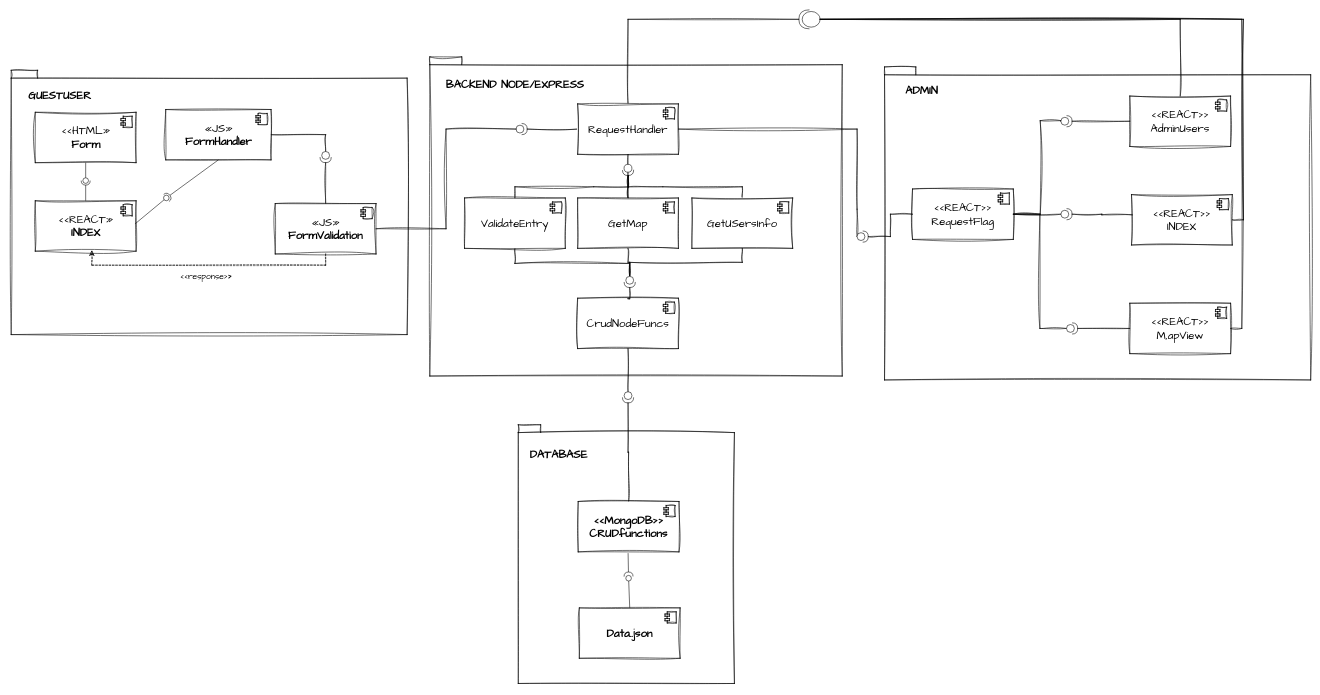
Earlier version of the draw.io diagram Diagramas/componentes.drawio (MrRevillod/SmartParking). Source tidied: cells renumbered, new cells numbered last; positions are measured from the earlier drawing's top-left corner, leaving out a move shared by most shapes. Both pictures are drawn from the tidied source at 56%, with x=0, y=0 at pixel (11, 10).
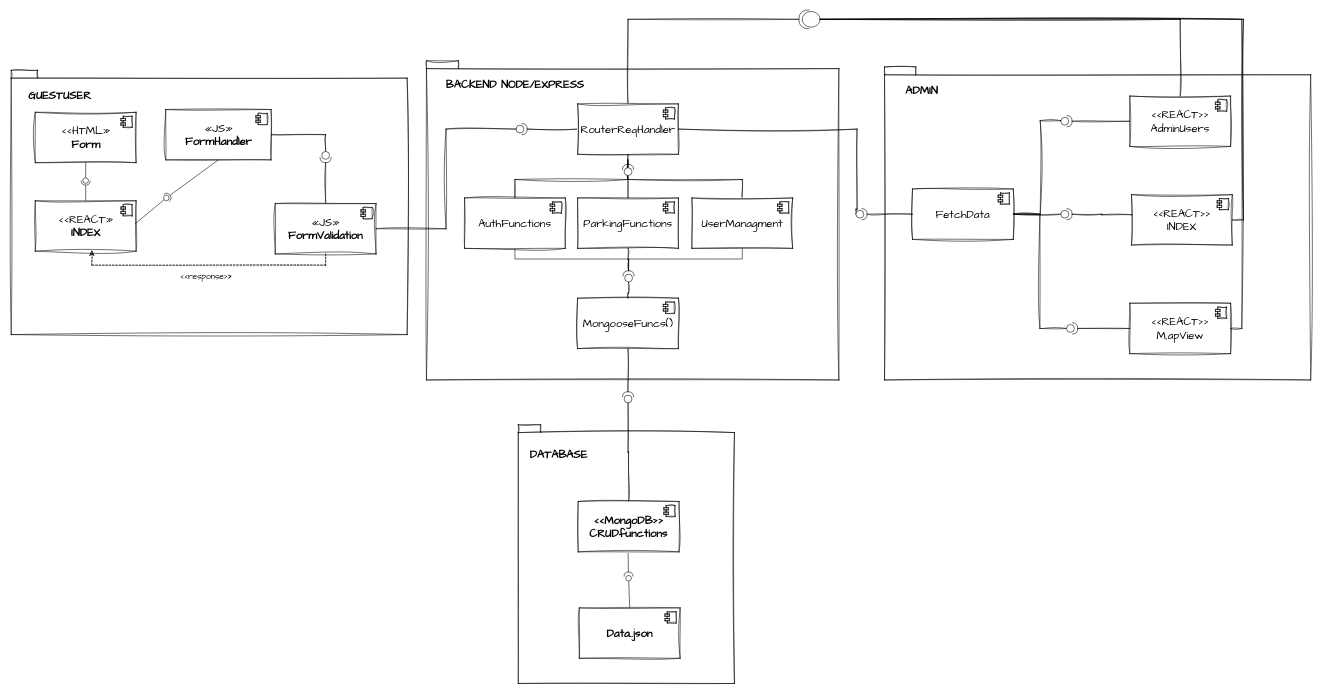
After the change.

Unchanged cells that the change refers to:
```xml
<mxCell id="14" value="&lt;b&gt;&amp;lt;&amp;lt;MongoDB&amp;gt;&amp;gt;&lt;br&gt;CRUDfunctions&lt;br&gt;&lt;/b&gt;" style="html=1;whiteSpace=wrap;sketch=1;hachureGap=4;jiggle=2;curveFitting=1;fontFamily=Architects Daughter;fontSize=20;" parent="1" vertex="1">
  <mxGeometry x="1013" y="878" width="180" height="90" as="geometry" />
</mxCell>
<mxCell id="40" style="group;" parent="1" vertex="1">
  <mxGeometry x="1560" y="102" width="761" height="559" as="geometry" />
</mxCell>
```

Change to the diagram source:
```diff
@@
     <mxCell id="2" value="|" style="shape=folder;fontStyle=1;spacingTop=10;tabWidth=40;tabHeight=14;tabPosition=left;sketch=1;hachureGap=4;jiggle=2;curveFitting=1;fontFamily=Architects Daughter;fontSize=20;align=left;fontColor=none;labelPosition=center;verticalLabelPosition=top;verticalAlign=middle;textDirection=ltr;horizontal=1;noLabel=1;" parent="1" vertex="1">
-      <mxGeometry x="748" y="84" width="736.5" height="570" as="geometry" />
+      <mxGeometry x="742" y="91" width="736.5" height="570" as="geometry" />
     </mxCell>
@@
-    <mxCell id="6" value="RequestHandler" style="html=1;whiteSpace=wrap;sketch=1;hachureGap=4;jiggle=2;curveFitting=1;fontFamily=Architects Daughter;fontSize=20;" parent="1" vertex="1">
+    <mxCell id="6" value="RouterReqHandler" style="html=1;whiteSpace=wrap;sketch=1;hachureGap=4;jiggle=2;curveFitting=1;fontFamily=Architects Daughter;fontSize=20;" parent="1" vertex="1">
       <mxGeometry x="1012" y="168" width="180" height="90" as="geometry" />
     </mxCell>
@@
-    <mxCell id="13" style="edgeStyle=orthogonalEdgeStyle;rounded=0;sketch=1;hachureGap=4;jiggle=2;curveFitting=1;jettySize=auto;html=1;entryX=1;entryY=0.5;entryDx=0;entryDy=0;entryPerimeter=0;fontFamily=Architects Daughter;fontSize=16;endArrow=none;endFill=0;" parent="1" edge="1" source="14" target="65">
+    <mxCell id="13" style="edgeStyle=orthogonalEdgeStyle;rounded=0;sketch=1;hachureGap=4;jiggle=2;curveFitting=1;jettySize=auto;html=1;entryX=0;entryY=0.5;entryDx=0;entryDy=0;entryPerimeter=0;fontFamily=Architects Daughter;fontSize=16;endArrow=none;endFill=0;" parent="1" edge="1" source="14" target="65">
       <mxGeometry relative="1" as="geometry" />
     </mxCell>
@@
-    <mxCell id="44" value="&amp;lt;&amp;lt;REACT&amp;gt;&amp;gt;&lt;br&gt;RequestFlag" style="html=1;whiteSpace=wrap;sketch=1;hachureGap=4;jiggle=2;curveFitting=1;fontFamily=Architects Daughter;fontSize=20;" parent="40" vertex="1">
+    <mxCell id="44" value="FetchData" style="html=1;whiteSpace=wrap;sketch=1;hachureGap=4;jiggle=2;curveFitting=1;fontFamily=Architects Daughter;fontSize=20;" parent="40" vertex="1">
       <mxGeometry x="50" y="218" width="180" height="90" as="geometry" />
     </mxCell>
@@
-    <mxCell id="62" value="CrudNodeFuncs" style="html=1;whiteSpace=wrap;sketch=1;hachureGap=4;jiggle=2;curveFitting=1;fontFamily=Architects Daughter;fontSize=20;" parent="1" vertex="1">
+    <mxCell id="62" value="MongooseFuncs()" style="html=1;whiteSpace=wrap;sketch=1;hachureGap=4;jiggle=2;curveFitting=1;fontFamily=Architects Daughter;fontSize=20;" parent="1" vertex="1">
       <mxGeometry x="1012" y="515" width="180" height="90" as="geometry" />
     </mxCell>
@@
-    <mxCell id="65" style="shape=providedRequiredInterface;html=1;verticalLabelPosition=bottom;sketch=0;hachureGap=4;jiggle=2;curveFitting=1;fontFamily=Architects Daughter;fontSize=20;rotation=90;" parent="1" vertex="1">
+    <mxCell id="65" style="shape=providedRequiredInterface;html=1;verticalLabelPosition=bottom;sketch=0;hachureGap=4;jiggle=2;curveFitting=1;fontFamily=Architects Daughter;fontSize=20;rotation=-90;" parent="1" vertex="1">
       <mxGeometry x="1092" y="682" width="20" height="20" as="geometry" />
     </mxCell>
@@
     <mxCell id="70" style="shape=providedRequiredInterface;html=1;verticalLabelPosition=bottom;sketch=0;hachureGap=4;jiggle=2;curveFitting=1;fontFamily=Architects Daughter;fontSize=16;fontColor=default;" parent="1" vertex="1">
-      <mxGeometry x="1511" y="395" width="20" height="20" as="geometry" />
+      <mxGeometry x="1509" y="355" width="20" height="20" as="geometry" />
     </mxCell>
     <mxCell id="71" style="edgeStyle=orthogonalEdgeStyle;shape=connector;rounded=0;sketch=1;hachureGap=4;jiggle=2;curveFitting=1;jettySize=auto;html=1;entryX=1;entryY=0.5;entryDx=0;entryDy=0;entryPerimeter=0;labelBackgroundColor=default;strokeColor=default;fontFamily=Architects Daughter;fontSize=16;fontColor=default;endArrow=none;endFill=0;exitX=0.5;exitY=0;exitDx=0;exitDy=0;" parent="1" edge="1" source="73" target="83">
-      <mxGeometry relative="1" as="geometry" />
+      <mxGeometry relative="1" as="geometry">
+        <Array as="points">
+          <mxPoint x="900" y="303" />
+          <mxPoint x="1102" y="303" />
+        </Array>
+      </mxGeometry>
     </mxCell>
-    <mxCell id="72" style="edgeStyle=orthogonalEdgeStyle;shape=connector;rounded=0;sketch=1;hachureGap=4;jiggle=2;curveFitting=1;jettySize=auto;html=1;labelBackgroundColor=default;strokeColor=default;fontFamily=Architects Daughter;fontSize=16;fontColor=default;endArrow=none;endFill=0;exitX=0.5;exitY=1;exitDx=0;exitDy=0;entryX=0;entryY=0.5;entryDx=0;entryDy=0;entryPerimeter=0;" parent="1" edge="1" source="73" target="85">
+    <mxCell id="72" style="edgeStyle=orthogonalEdgeStyle;rounded=0;jettySize=auto;html=1;entryX=1;entryY=0.5;entryDx=0;entryDy=0;entryPerimeter=0;exitX=0.5;exitY=1;exitDx=0;exitDy=0;endArrow=none;endFill=0;" parent="1" edge="1" source="73" target="85">
       <mxGeometry relative="1" as="geometry">
         <Array as="points">
-          <mxPoint x="900" y="453" />
-          <mxPoint x="1105" y="453" />
+          <mxPoint x="900" y="445" />
+          <mxPoint x="1103" y="445" />
         </Array>
       </mxGeometry>
     </mxCell>
-    <mxCell id="73" value="ValidateEntry" style="html=1;whiteSpace=wrap;sketch=1;hachureGap=4;jiggle=2;curveFitting=1;fontFamily=Architects Daughter;fontSize=20;" parent="1" vertex="1">
+    <mxCell id="73" value="AuthFunctions" style="html=1;whiteSpace=wrap;sketch=1;hachureGap=4;jiggle=2;curveFitting=1;fontFamily=Architects Daughter;fontSize=20;" parent="1" vertex="1">
       <mxGeometry x="810" y="336" width="180" height="90" as="geometry" />
     </mxCell>
@@
-    <mxCell id="75" style="edgeStyle=orthogonalEdgeStyle;shape=connector;rounded=0;sketch=1;hachureGap=4;jiggle=2;curveFitting=1;jettySize=auto;html=1;entryX=1;entryY=0.5;entryDx=0;entryDy=0;entryPerimeter=0;labelBackgroundColor=default;strokeColor=default;fontFamily=Architects Daughter;fontSize=16;fontColor=default;endArrow=none;endFill=0;" parent="1" edge="1" source="77" target="83">
-      <mxGeometry relative="1" as="geometry" />
+    <mxCell id="75" style="edgeStyle=orthogonalEdgeStyle;shape=connector;rounded=0;sketch=1;hachureGap=4;jiggle=2;curveFitting=1;orthogonalLoop=1;jettySize=auto;html=1;entryX=1;entryY=0.5;entryDx=0;entryDy=0;entryPerimeter=0;labelBackgroundColor=default;strokeColor=default;fontFamily=Architects Daughter;fontSize=16;fontColor=default;endArrow=none;endFill=0;exitX=1;exitY=0.5;exitDx=0;exitDy=0;exitPerimeter=0;" parent="1" edge="1" source="83" target="83">
+      <mxGeometry relative="1" as="geometry">
+        <Array as="points">
+          <mxPoint x="1102" y="268" />
+          <mxPoint x="1102" y="268" />
+        </Array>
+      </mxGeometry>
     </mxCell>
-    <mxCell id="76" style="edgeStyle=orthogonalEdgeStyle;shape=connector;rounded=0;sketch=1;hachureGap=4;jiggle=2;curveFitting=1;jettySize=auto;html=1;entryX=0;entryY=0.5;entryDx=0;entryDy=0;entryPerimeter=0;labelBackgroundColor=default;strokeColor=default;fontFamily=Architects Daughter;fontSize=16;fontColor=default;endArrow=none;endFill=0;" parent="1" edge="1" source="77" target="85">
+    <mxCell id="76" style="edgeStyle=orthogonalEdgeStyle;shape=connector;rounded=0;sketch=1;hachureGap=4;jiggle=2;curveFitting=1;jettySize=auto;html=1;entryX=1;entryY=0.5;entryDx=0;entryDy=0;entryPerimeter=0;labelBackgroundColor=default;strokeColor=default;fontFamily=Architects Daughter;fontSize=16;fontColor=default;endArrow=none;endFill=0;" parent="1" edge="1" source="77" target="85">
       <mxGeometry relative="1" as="geometry" />
     </mxCell>
-    <mxCell id="77" value="GetMap" style="html=1;whiteSpace=wrap;sketch=1;hachureGap=4;jiggle=2;curveFitting=1;fontFamily=Architects Daughter;fontSize=20;" parent="1" vertex="1">
+    <mxCell id="77" value="ParkingFunctions" style="html=1;whiteSpace=wrap;sketch=1;hachureGap=4;jiggle=2;curveFitting=1;fontFamily=Architects Daughter;fontSize=20;" parent="1" vertex="1">
       <mxGeometry x="1012" y="336" width="180" height="90" as="geometry" />
     </mxCell>
@@
     <mxCell id="79" style="edgeStyle=orthogonalEdgeStyle;shape=connector;rounded=0;sketch=1;hachureGap=4;jiggle=2;curveFitting=1;jettySize=auto;html=1;entryX=1;entryY=0.5;entryDx=0;entryDy=0;entryPerimeter=0;labelBackgroundColor=default;strokeColor=default;fontFamily=Architects Daughter;fontSize=16;fontColor=default;endArrow=none;endFill=0;exitX=0.5;exitY=0;exitDx=0;exitDy=0;" parent="1" edge="1" source="81" target="83">
-      <mxGeometry relative="1" as="geometry" />
+      <mxGeometry relative="1" as="geometry">
+        <Array as="points">
+          <mxPoint x="1306" y="303" />
+          <mxPoint x="1102" y="303" />
+        </Array>
+      </mxGeometry>
     </mxCell>
-    <mxCell id="80" style="edgeStyle=orthogonalEdgeStyle;shape=connector;rounded=0;sketch=1;hachureGap=4;jiggle=2;curveFitting=1;jettySize=auto;html=1;entryX=0;entryY=0.5;entryDx=0;entryDy=0;entryPerimeter=0;labelBackgroundColor=default;strokeColor=default;fontFamily=Architects Daughter;fontSize=16;fontColor=default;endArrow=none;endFill=0;exitX=0.5;exitY=1;exitDx=0;exitDy=0;" parent="1" edge="1" source="81" target="85">
-      <mxGeometry relative="1" as="geometry" />
+    <mxCell id="80" style="edgeStyle=orthogonalEdgeStyle;rounded=0;jettySize=auto;html=1;endArrow=none;endFill=0;entryX=1;entryY=0.5;entryDx=0;entryDy=0;entryPerimeter=0;" parent="1" edge="1" source="81" target="85">
+      <mxGeometry relative="1" as="geometry">
+        <Array as="points">
+          <mxPoint x="1306" y="445" />
+          <mxPoint x="1103" y="445" />
+        </Array>
+      </mxGeometry>
     </mxCell>
-    <mxCell id="81" value="GetUSersInfo" style="html=1;whiteSpace=wrap;sketch=1;hachureGap=4;jiggle=2;curveFitting=1;fontFamily=Architects Daughter;fontSize=20;" parent="1" vertex="1">
+    <mxCell id="81" value="UserManagment" style="html=1;whiteSpace=wrap;sketch=1;hachureGap=4;jiggle=2;curveFitting=1;fontFamily=Architects Daughter;fontSize=20;" parent="1" vertex="1">
       <mxGeometry x="1216" y="336" width="180" height="90" as="geometry" />
     </mxCell>
@@
-    <mxCell id="83" style="shape=providedRequiredInterface;html=1;verticalLabelPosition=bottom;sketch=0;hachureGap=4;jiggle=2;curveFitting=1;fontFamily=Architects Daughter;fontSize=16;fontColor=default;rotation=88;" parent="1" vertex="1">
+    <mxCell id="83" style="shape=providedRequiredInterface;html=1;verticalLabelPosition=bottom;sketch=0;hachureGap=4;jiggle=2;curveFitting=1;fontFamily=Architects Daughter;fontSize=16;fontColor=default;rotation=-91;" parent="1" vertex="1">
       <mxGeometry x="1092" y="276" width="20" height="20" as="geometry" />
     </mxCell>
@@
-    <mxCell id="85" style="shape=providedRequiredInterface;html=1;verticalLabelPosition=bottom;sketch=0;hachureGap=4;jiggle=2;curveFitting=1;fontFamily=Architects Daughter;fontSize=16;fontColor=default;rotation=90;" parent="1" vertex="1">
-      <mxGeometry x="1095" y="476" width="20" height="20" as="geometry" />
+    <mxCell id="85" style="shape=providedRequiredInterface;html=1;verticalLabelPosition=bottom;sketch=0;hachureGap=4;jiggle=2;curveFitting=1;fontFamily=Architects Daughter;fontSize=16;fontColor=default;rotation=-90;" parent="1" vertex="1">
+      <mxGeometry x="1093" y="466" width="20" height="20" as="geometry" />
     </mxCell>
@@
+    <mxCell id="90" value="&lt;h1 style=&quot;font-size: 30px;&quot;&gt;&lt;br&gt;&lt;/h1&gt;" style="text;html=1;strokeColor=none;fillColor=none;spacing=5;spacingTop=-20;whiteSpace=wrap;overflow=hidden;rounded=0;" parent="1" vertex="1">
+      <mxGeometry x="-2" y="809" width="412" height="397" as="geometry" />
+    </mxCell>
```
